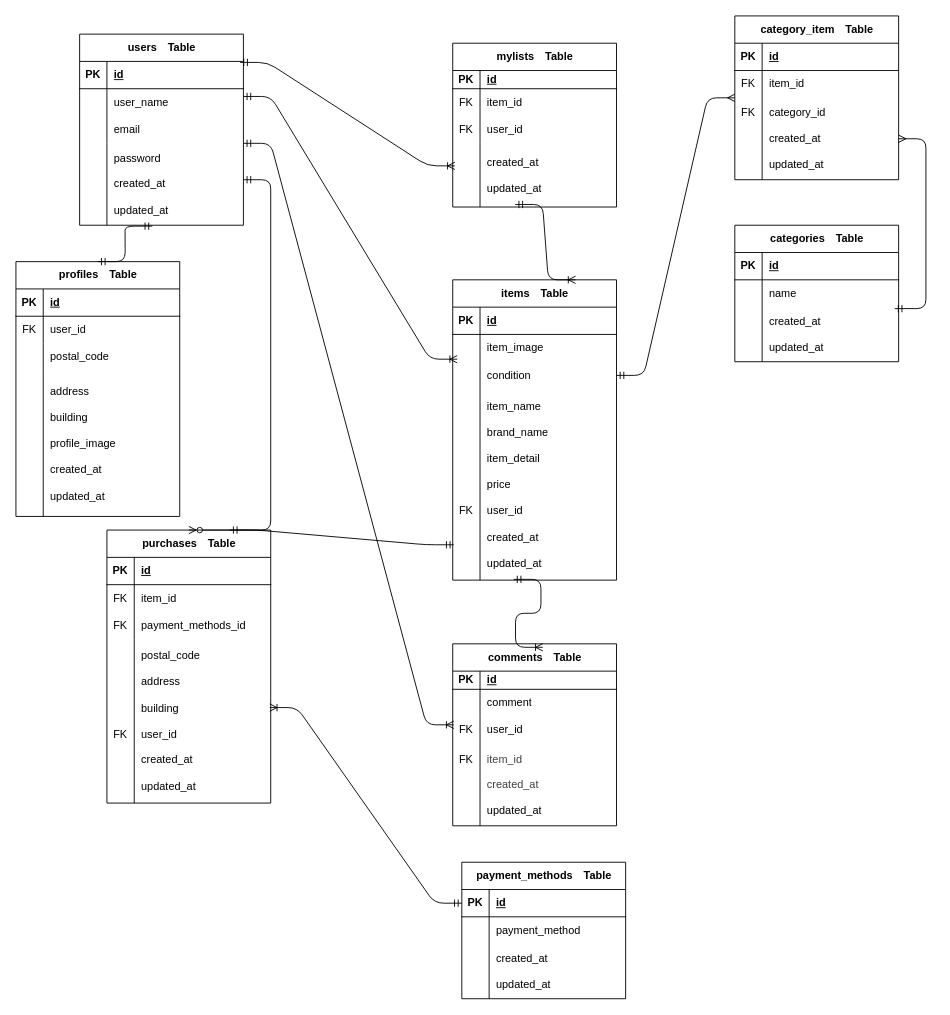
Above: ER図.drawio in haizi0511/flea-market-app (draw.io), before the change. Source tidied: cells renumbered, new cells numbered last; positions are measured from the earlier drawing's top-left corner, leaving out a move shared by most shapes. Both pictures are drawn from the tidied source at 91%, with x=0, y=0 at pixel (15, -94).
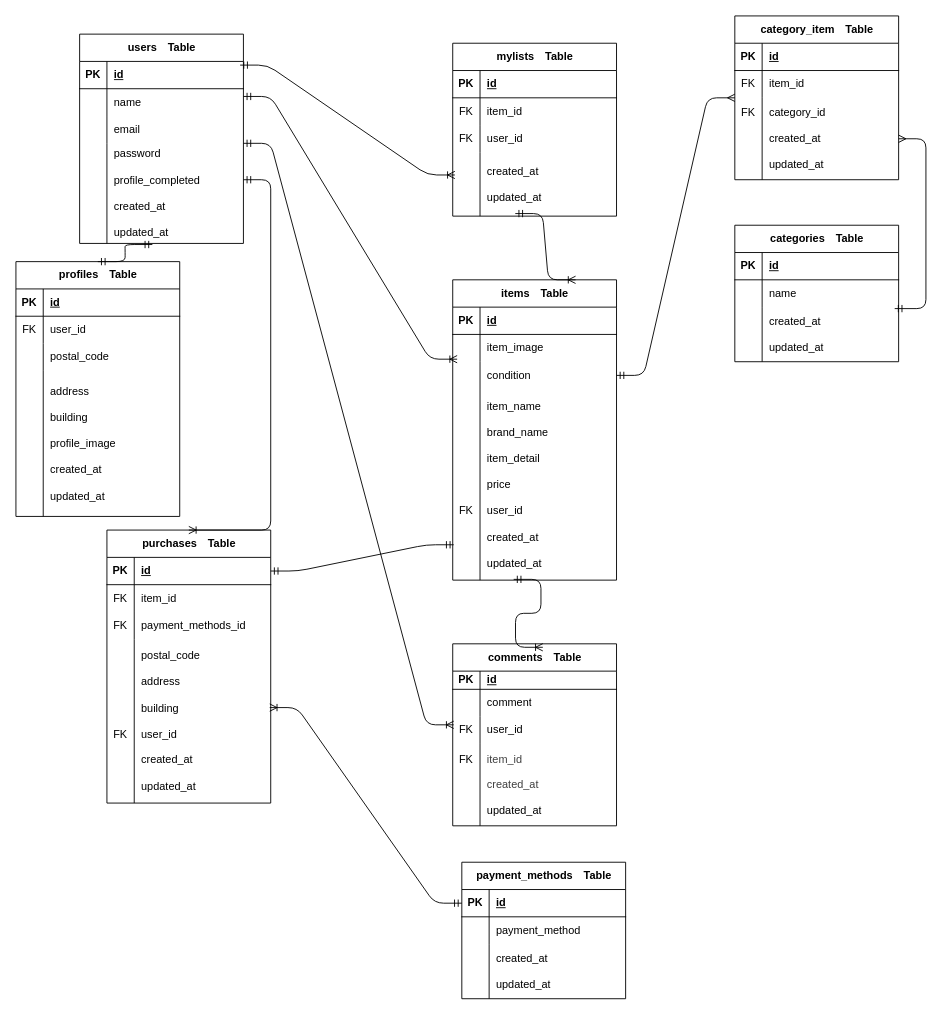
The same page after the edit.

Unchanged cells that the change refers to:
```xml
<mxCell id="6" style="shape=tableRow;horizontal=0;startSize=0;swimlaneHead=0;swimlaneBody=0;fillColor=none;top=0;left=0;right=0;bottom=0;" parent="2" vertex="1">
  <mxGeometry y="60" width="180" height="30" as="geometry" />
</mxCell>
<mxCell id="38" style="shape=tableRow;horizontal=0;startSize=0;swimlaneHead=0;swimlaneBody=0;fillColor=none;points=[[0,0.5],[1,0.5]];portConstraint=eastwest;top=0;left=0;right=0;bottom=0;" parent="28" vertex="1">
  <mxGeometry y="120" width="180" height="210" as="geometry" />
</mxCell>
<mxCell id="61" value="purchases　Table" style="shape=table;startSize=30;childLayout=tableLayout;rowLines=0;fontStyle=1;align=center;html=1;" parent="1" vertex="1">
  <mxGeometry x="100" y="685" width="180" height="300" as="geometry" />
</mxCell>
<mxCell id="62" style="shape=tableRow;horizontal=0;startSize=0;swimlaneHead=0;swimlaneBody=0;fillColor=none;points=[[0,0.5],[1,0.5]];portConstraint=eastwest;top=0;left=0;right=0;bottom=1;" parent="61" vertex="1">
  <mxGeometry y="30" width="180" height="30" as="geometry" />
</mxCell>
```

Diff of the diagram source:
```diff
@@
     <mxCell id="2" value="users　Table" style="shape=table;startSize=30;childLayout=tableLayout;rowLines=0;fontStyle=1;align=center;html=1;" parent="1" vertex="1">
-      <mxGeometry x="70" y="140" width="180" height="210" as="geometry" />
+      <mxGeometry x="70" y="140" width="180" height="230" as="geometry" />
     </mxCell>
@@
-    <mxCell id="8" value="user_name" style="shape=partialRectangle;fillColor=none;top=0;left=0;bottom=0;right=0;align=left;spacingLeft=6;overflow=hidden;whiteSpace=wrap;html=1;" parent="6" vertex="1">
+    <mxCell id="8" value="name" style="shape=partialRectangle;fillColor=none;top=0;left=0;bottom=0;right=0;align=left;spacingLeft=6;overflow=hidden;whiteSpace=wrap;html=1;" parent="6" vertex="1">
       <mxGeometry x="30" width="150" height="30" as="geometry" />
     </mxCell>
@@
     <mxCell id="12" style="shape=tableRow;horizontal=0;startSize=0;swimlaneHead=0;swimlaneBody=0;fillColor=none;points=[[0,0.5],[1,0.5]];portConstraint=eastwest;top=0;left=0;right=0;bottom=0;" parent="2" vertex="1">
-      <mxGeometry y="120" width="180" height="90" as="geometry" />
+      <mxGeometry y="120" width="180" height="110" as="geometry" />
     </mxCell>
     <mxCell id="13" style="shape=partialRectangle;fillColor=none;top=0;left=0;bottom=0;right=0;overflow=hidden;whiteSpace=wrap;html=1;" parent="12" vertex="1">
-      <mxGeometry width="30" height="90" as="geometry" />
+      <mxGeometry width="30" height="110" as="geometry" />
     </mxCell>
-    <mxCell id="14" value="password&lt;div&gt;&lt;br&gt;&lt;/div&gt;&lt;div&gt;created_at&lt;/div&gt;&lt;div&gt;&lt;br&gt;&lt;/div&gt;&lt;div&gt;updated_at&lt;/div&gt;" style="shape=partialRectangle;fillColor=none;top=0;left=0;bottom=0;right=0;align=left;spacingLeft=6;overflow=hidden;whiteSpace=wrap;html=1;" parent="12" vertex="1">
-      <mxGeometry x="30" width="150" height="90" as="geometry" />
+    <mxCell id="14" value="password&lt;div&gt;&lt;font color=&quot;#000000&quot;&gt;&lt;br&gt;&lt;/font&gt;&lt;/div&gt;&lt;div&gt;profile_completed&lt;font color=&quot;#000000&quot;&gt;&lt;br&gt;&lt;/font&gt;&lt;div&gt;&lt;br&gt;&lt;/div&gt;&lt;div&gt;created_at&lt;/div&gt;&lt;div&gt;&lt;br&gt;&lt;/div&gt;&lt;div&gt;updated_at&lt;/div&gt;&lt;/div&gt;" style="shape=partialRectangle;fillColor=none;top=0;left=0;bottom=0;right=0;align=left;spacingLeft=6;overflow=hidden;whiteSpace=wrap;html=1;" parent="12" vertex="1">
+      <mxGeometry x="30" width="150" height="110" as="geometry" />
     </mxCell>
@@
-    <mxCell id="99" style="edgeStyle=entityRelationEdgeStyle;fontSize=12;html=1;endArrow=ERzeroToMany;startArrow=ERmandOne;exitX=0.5;exitY=0;exitDx=0;exitDy=0;rounded=1;curved=0;entryX=0.5;entryY=0;entryDx=0;entryDy=0;endFill=0;" parent="1" edge="1" target="61">
+    <mxCell id="99" style="edgeStyle=entityRelationEdgeStyle;fontSize=12;html=1;endArrow=ERoneToMany;startArrow=ERmandOne;exitX=0.5;exitY=0;exitDx=0;exitDy=0;rounded=1;curved=0;entryX=0.5;entryY=0;entryDx=0;entryDy=0;endFill=0;" parent="1" edge="1" target="61">
       <mxGeometry relative="1" as="geometry">
         <mxPoint x="250" y="300" as="sourcePoint" />
         <Array as="points">
           <mxPoint x="220" y="300" />
           <mxPoint x="260" y="260" />
           <mxPoint x="240" y="210" />
           <mxPoint x="280" y="250" />
           <mxPoint x="340" y="380" />
           <mxPoint x="210" y="240" />
         </Array>
       </mxGeometry>
     </mxCell>
@@
-    <mxCell id="102" style="edgeStyle=entityRelationEdgeStyle;fontSize=12;html=1;endArrow=ERmandOne;startArrow=ERmandOne;entryX=0.006;entryY=0.815;entryDx=0;entryDy=0;entryPerimeter=0;endFill=0;exitX=0.75;exitY=0;exitDx=0;exitDy=0;" parent="1" edge="1" source="61" target="38">
+    <mxCell id="102" style="edgeStyle=entityRelationEdgeStyle;fontSize=12;html=1;endArrow=ERmandOne;startArrow=ERmandOne;entryX=0.006;entryY=0.815;entryDx=0;entryDy=0;entryPerimeter=0;endFill=0;exitX=1;exitY=0.5;exitDx=0;exitDy=0;" parent="1" edge="1" source="62" target="38">
       <mxGeometry relative="1" as="geometry">
         <Array as="points">
           <mxPoint x="300" y="480" />
           <mxPoint x="420" y="540" />
         </Array>
       </mxGeometry>
     </mxCell>
@@
     <mxCell id="104" value="mylists　Table" style="shape=table;startSize=30;childLayout=tableLayout;rowLines=0;fontStyle=1;align=center;html=1;" parent="1" vertex="1">
-      <mxGeometry x="480" y="150" width="180" height="180" as="geometry" />
+      <mxGeometry x="480" y="150" width="180" height="190" as="geometry" />
     </mxCell>
     <mxCell id="105" style="shape=tableRow;horizontal=0;startSize=0;swimlaneHead=0;swimlaneBody=0;fillColor=none;top=0;left=0;right=0;bottom=1;" parent="104" vertex="1">
-      <mxGeometry y="30" width="180" height="20" as="geometry" />
+      <mxGeometry y="30" width="180" height="30" as="geometry" />
     </mxCell>
     <mxCell id="106" value="PK" style="shape=partialRectangle;fillColor=none;top=0;left=0;bottom=0;right=0;fontStyle=1;overflow=hidden;whiteSpace=wrap;html=1;" parent="105" vertex="1">
-      <mxGeometry width="30" height="20" as="geometry" />
+      <mxGeometry width="30" height="30" as="geometry" />
     </mxCell>
     <mxCell id="107" value="id" style="shape=partialRectangle;fillColor=none;top=0;left=0;bottom=0;right=0;align=left;spacingLeft=6;fontStyle=5;overflow=hidden;whiteSpace=wrap;html=1;" parent="105" vertex="1">
-      <mxGeometry x="30" width="150" height="20" as="geometry" />
+      <mxGeometry x="30" width="150" height="30" as="geometry" />
     </mxCell>
     <mxCell id="108" style="shape=tableRow;horizontal=0;startSize=0;swimlaneHead=0;swimlaneBody=0;fillColor=none;top=0;left=0;right=0;bottom=0;" parent="104" vertex="1">
-      <mxGeometry y="50" width="180" height="30" as="geometry" />
+      <mxGeometry y="60" width="180" height="30" as="geometry" />
     </mxCell>
@@
     <mxCell id="111" style="shape=tableRow;horizontal=0;startSize=0;swimlaneHead=0;swimlaneBody=0;fillColor=none;top=0;left=0;right=0;bottom=0;" parent="104" vertex="1">
-      <mxGeometry y="80" width="180" height="30" as="geometry" />
+      <mxGeometry y="90" width="180" height="30" as="geometry" />
     </mxCell>
@@
     <mxCell id="114" style="shape=tableRow;horizontal=0;startSize=0;swimlaneHead=0;swimlaneBody=0;fillColor=none;points=[[0,0.5],[1,0.5]];portConstraint=eastwest;top=0;left=0;right=0;bottom=0;" parent="104" vertex="1">
-      <mxGeometry y="110" width="180" height="70" as="geometry" />
+      <mxGeometry y="120" width="180" height="70" as="geometry" />
     </mxCell>
```
